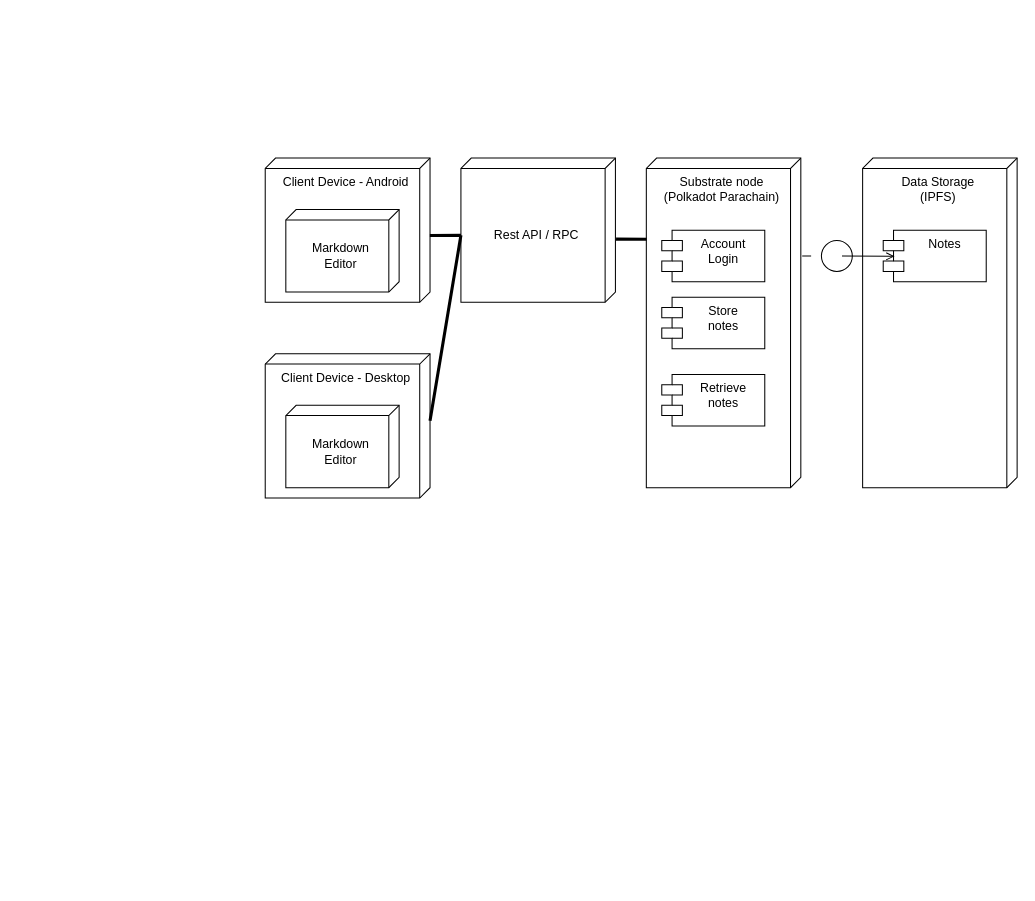
Earlier version of the draw.io diagram page "Deployment diagram" (11 of 25) of doc/dial_editor.drawio (zz0-0/dial_editor). Source tidied: cells renumbered, new cells numbered last; positions are measured from the earlier drawing's top-left corner, leaving out a move shared by most shapes. Both pictures are drawn from the tidied source at 103%, with x=0, y=0 at pixel (265, 158).
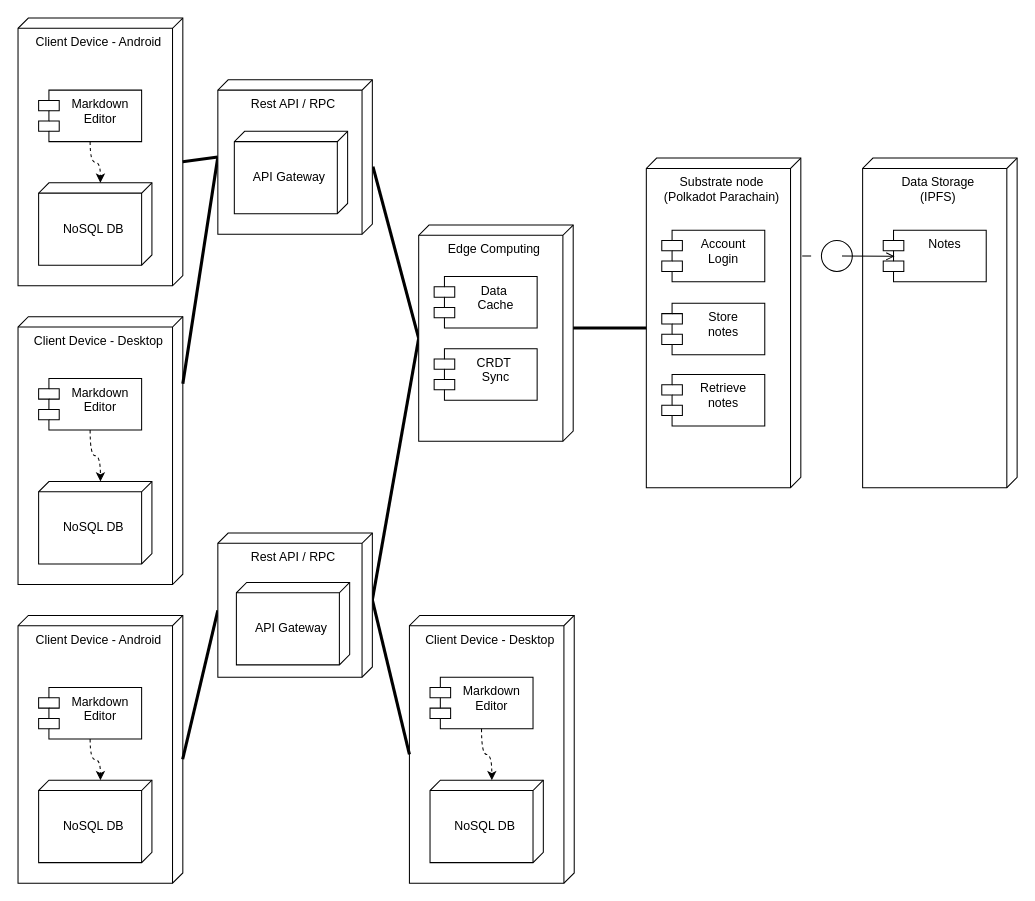
The same diagram, later.

Unchanged cells that the change refers to:
```xml
<mxCell id="9" value="Substrate node &lt;br&gt;(Polkadot Parachain)" style="verticalAlign=top;align=center;shape=cube;size=10;direction=south;fontStyle=0;html=1;boundedLbl=1;spacingLeft=5;" parent="1" vertex="1">
  <mxGeometry x="370" width="150" height="320" as="geometry" />
</mxCell>
```

What changed in the source:
```diff
@@
     <mxCell id="2" value="Client Device - Android" style="verticalAlign=top;align=center;shape=cube;size=10;direction=south;fontStyle=0;html=1;boundedLbl=1;spacingLeft=5;" parent="1" vertex="1">
-      <mxGeometry width="160" height="140" as="geometry" />
+      <mxGeometry x="-240" y="-136" width="160" height="260" as="geometry" />
     </mxCell>
-    <mxCell id="3" value="Markdown &lt;br&gt;Editor" style="verticalAlign=middle;align=center;shape=cube;size=10;direction=south;html=1;boundedLbl=1;spacingLeft=5;" parent="2" vertex="1">
+    <mxCell id="3" value="NoSQL DB" style="verticalAlign=middle;align=center;shape=cube;size=10;direction=south;html=1;boundedLbl=1;spacingLeft=5;" parent="2" vertex="1">
       <mxGeometry width="110" height="80" relative="1" as="geometry">
-        <mxPoint x="20" y="50" as="offset" />
+        <mxPoint x="20" y="160" as="offset" />
       </mxGeometry>
     </mxCell>
-    <mxCell id="4" value="Rest API / RPC" style="verticalAlign=middle;align=center;shape=cube;size=10;direction=south;fontStyle=0;html=1;boundedLbl=1;spacingLeft=5;" parent="1" vertex="1">
-      <mxGeometry x="190" width="150" height="140" as="geometry" />
-    </mxCell>
+    <mxCell id="19" value="&lt;span style=&quot;text-wrap: nowrap;&quot;&gt;Markdown&lt;/span&gt;&lt;br style=&quot;text-wrap: nowrap;&quot;&gt;&lt;span style=&quot;text-wrap: nowrap;&quot;&gt;Editor&lt;/span&gt;" style="shape=module;align=left;spacingLeft=20;align=center;verticalAlign=top;whiteSpace=wrap;html=1;" parent="2" vertex="1">
+      <mxGeometry x="20" y="70" width="100" height="50" as="geometry" />
+    </mxCell>
+    <mxCell id="20" style="edgeStyle=orthogonalEdgeStyle;rounded=0;jettySize=auto;html=1;exitX=0.5;exitY=1;exitDx=0;exitDy=0;entryX=0;entryY=0;entryDx=0;entryDy=50;entryPerimeter=0;curved=1;dashed=1;" parent="2" edge="1" source="19" target="3">
+      <mxGeometry relative="1" as="geometry" />
+    </mxCell>
@@
     <mxCell id="6" value="Client Device - Desktop" style="verticalAlign=top;align=center;shape=cube;size=10;direction=south;fontStyle=0;html=1;boundedLbl=1;spacingLeft=5;" parent="1" vertex="1">
-      <mxGeometry y="190" width="160" height="140" as="geometry" />
+      <mxGeometry x="-240" y="154" width="160" height="260" as="geometry" />
     </mxCell>
-    <mxCell id="7" value="Markdown &lt;br&gt;Editor" style="verticalAlign=middle;align=center;shape=cube;size=10;direction=south;html=1;boundedLbl=1;spacingLeft=5;" parent="6" vertex="1">
+    <mxCell id="7" value="NoSQL DB" style="verticalAlign=middle;align=center;shape=cube;size=10;direction=south;html=1;boundedLbl=1;spacingLeft=5;" parent="6" vertex="1">
       <mxGeometry width="110" height="80" relative="1" as="geometry">
-        <mxPoint x="20" y="50" as="offset" />
+        <mxPoint x="20" y="160" as="offset" />
       </mxGeometry>
     </mxCell>
+    <mxCell id="21" value="&lt;span style=&quot;text-wrap: nowrap;&quot;&gt;Markdown&lt;/span&gt;&lt;br style=&quot;text-wrap: nowrap;&quot;&gt;&lt;span style=&quot;text-wrap: nowrap;&quot;&gt;Editor&lt;/span&gt;" style="shape=module;align=left;spacingLeft=20;align=center;verticalAlign=top;whiteSpace=wrap;html=1;" parent="6" vertex="1">
+      <mxGeometry x="20" y="60" width="100" height="50" as="geometry" />
+    </mxCell>
+    <mxCell id="22" style="edgeStyle=orthogonalEdgeStyle;rounded=0;jettySize=auto;html=1;exitX=0.5;exitY=1;exitDx=0;exitDy=0;entryX=0;entryY=0;entryDx=0;entryDy=50;entryPerimeter=0;curved=1;dashed=1;" parent="6" edge="1" source="21" target="7">
+      <mxGeometry relative="1" as="geometry" />
+    </mxCell>
@@
-    <mxCell id="10" style="endArrow=none;startArrow=none;endFill=0;startFill=0;endSize=8;html=1;verticalAlign=bottom;labelBackgroundColor=none;strokeWidth=3;exitX=0.562;exitY=-0.004;exitDx=0;exitDy=0;exitPerimeter=0;entryX=0.246;entryY=0.998;entryDx=0;entryDy=0;entryPerimeter=0;" parent="1" edge="1" source="4" target="9">
+    <mxCell id="10" style="endArrow=none;startArrow=none;endFill=0;startFill=0;endSize=8;html=1;verticalAlign=bottom;labelBackgroundColor=none;strokeWidth=3;exitX=0.562;exitY=-0.004;exitDx=0;exitDy=0;exitPerimeter=0;entryX=0;entryY=0;entryDx=110;entryDy=150;entryPerimeter=0;" parent="1" edge="1" source="4" target="37">
       <mxGeometry relative="1" as="geometry" />
     </mxCell>
@@
     <mxCell id="13" value="Store &#10;notes" style="shape=module;align=left;spacingLeft=20;align=center;verticalAlign=top;" parent="1" vertex="1">
-      <mxGeometry x="385" y="135" width="100" height="50" as="geometry" />
+      <mxGeometry x="385" y="141" width="100" height="50" as="geometry" />
     </mxCell>
@@
+    <mxCell id="23" value="Client Device - Android" style="verticalAlign=top;align=center;shape=cube;size=10;direction=south;fontStyle=0;html=1;boundedLbl=1;spacingLeft=5;" parent="1" vertex="1">
+      <mxGeometry x="-240" y="444" width="160" height="260" as="geometry" />
+    </mxCell>
+    <mxCell id="24" value="NoSQL DB" style="verticalAlign=middle;align=center;shape=cube;size=10;direction=south;html=1;boundedLbl=1;spacingLeft=5;" parent="23" vertex="1">
+      <mxGeometry width="110" height="80" relative="1" as="geometry">
+        <mxPoint x="20" y="160" as="offset" />
+      </mxGeometry>
+    </mxCell>
+    <mxCell id="25" value="&lt;span style=&quot;text-wrap: nowrap;&quot;&gt;Markdown&lt;/span&gt;&lt;br style=&quot;text-wrap: nowrap;&quot;&gt;&lt;span style=&quot;text-wrap: nowrap;&quot;&gt;Editor&lt;/span&gt;" style="shape=module;align=left;spacingLeft=20;align=center;verticalAlign=top;whiteSpace=wrap;html=1;" parent="23" vertex="1">
+      <mxGeometry x="20" y="70" width="100" height="50" as="geometry" />
+    </mxCell>
+    <mxCell id="26" style="edgeStyle=orthogonalEdgeStyle;rounded=0;jettySize=auto;html=1;exitX=0.5;exitY=1;exitDx=0;exitDy=0;entryX=0;entryY=0;entryDx=0;entryDy=50;entryPerimeter=0;curved=1;dashed=1;" parent="23" edge="1" source="25" target="24">
+      <mxGeometry relative="1" as="geometry" />
+    </mxCell>
+    <mxCell id="27" style="endArrow=none;startArrow=none;endFill=0;startFill=0;endSize=8;html=1;verticalAlign=bottom;labelBackgroundColor=none;strokeWidth=3;exitX=0.537;exitY=0.001;exitDx=0;exitDy=0;exitPerimeter=0;entryX=0;entryY=0;entryDx=75;entryDy=150;entryPerimeter=0;" parent="1" edge="1" source="23" target="42">
+      <mxGeometry relative="1" as="geometry" />
+    </mxCell>
+    <mxCell id="28" value="Client Device - Desktop" style="verticalAlign=top;align=center;shape=cube;size=10;direction=south;fontStyle=0;html=1;boundedLbl=1;spacingLeft=5;" parent="1" vertex="1">
+      <mxGeometry x="140" y="444" width="160" height="260" as="geometry" />
+    </mxCell>
+    <mxCell id="29" value="NoSQL DB" style="verticalAlign=middle;align=center;shape=cube;size=10;direction=south;html=1;boundedLbl=1;spacingLeft=5;" parent="28" vertex="1">
+      <mxGeometry width="110" height="80" relative="1" as="geometry">
+        <mxPoint x="20" y="160" as="offset" />
+      </mxGeometry>
+    </mxCell>
+    <mxCell id="30" value="&lt;span style=&quot;text-wrap: nowrap;&quot;&gt;Markdown&lt;/span&gt;&lt;br style=&quot;text-wrap: nowrap;&quot;&gt;&lt;span style=&quot;text-wrap: nowrap;&quot;&gt;Editor&lt;/span&gt;" style="shape=module;align=left;spacingLeft=20;align=center;verticalAlign=top;whiteSpace=wrap;html=1;" parent="28" vertex="1">
+      <mxGeometry x="20" y="60" width="100" height="50" as="geometry" />
+    </mxCell>
+    <mxCell id="31" style="edgeStyle=orthogonalEdgeStyle;rounded=0;jettySize=auto;html=1;exitX=0.5;exitY=1;exitDx=0;exitDy=0;entryX=0;entryY=0;entryDx=0;entryDy=50;entryPerimeter=0;curved=1;dashed=1;" parent="28" edge="1" source="30" target="29">
+      <mxGeometry relative="1" as="geometry" />
+    </mxCell>
+    <mxCell id="32" style="endArrow=none;startArrow=none;endFill=0;startFill=0;endSize=8;html=1;verticalAlign=bottom;labelBackgroundColor=none;strokeWidth=3;exitX=0;exitY=0;exitDx=135;exitDy=160;exitPerimeter=0;entryX=0;entryY=0;entryDx=65;entryDy=0;entryPerimeter=0;" parent="1" edge="1" source="28" target="42">
+      <mxGeometry relative="1" as="geometry" />
+    </mxCell>
+    <mxCell id="33" style="endArrow=none;startArrow=none;endFill=0;startFill=0;endSize=8;html=1;verticalAlign=bottom;labelBackgroundColor=none;strokeWidth=3;exitX=0;exitY=0;exitDx=65;exitDy=0;exitPerimeter=0;entryX=0;entryY=0;entryDx=110;entryDy=150;entryPerimeter=0;" parent="1" edge="1" source="42" target="37">
+      <mxGeometry relative="1" as="geometry" />
+    </mxCell>
+    <mxCell id="34" style="group;" parent="1" vertex="1">
+      <mxGeometry x="-46" y="-76" width="150" height="150" as="geometry" />
+    </mxCell>
+    <mxCell id="4" value="Rest API / RPC" style="verticalAlign=top;align=center;shape=cube;size=10;direction=south;fontStyle=0;html=1;boundedLbl=1;spacingLeft=5;horizontal=1;" parent="34" vertex="1">
+      <mxGeometry width="150" height="150" as="geometry" />
+    </mxCell>
+    <mxCell id="35" value="API Gateway" style="verticalAlign=middle;align=center;shape=cube;size=10;direction=south;html=1;boundedLbl=1;spacingLeft=5;" parent="34" vertex="1">
+      <mxGeometry x="16" y="50" width="110" height="80" as="geometry" />
+    </mxCell>
+    <mxCell id="36" style="group;" parent="1" vertex="1">
+      <mxGeometry x="149" y="65" width="150" height="210" as="geometry" />
+    </mxCell>
+    <mxCell id="37" value="Edge Computing" style="verticalAlign=top;align=center;shape=cube;size=10;direction=south;fontStyle=0;html=1;boundedLbl=1;spacingLeft=5;" parent="36" vertex="1">
+      <mxGeometry width="150" height="210" as="geometry" />
+    </mxCell>
+    <mxCell id="38" value="Data &#10;Cache" style="shape=module;align=left;spacingLeft=20;align=center;verticalAlign=top;" parent="36" vertex="1">
+      <mxGeometry x="15" y="50" width="100" height="50" as="geometry" />
+    </mxCell>
+    <mxCell id="39" value="CRDT &#10;Sync&#10;" style="shape=module;align=left;spacingLeft=20;align=center;verticalAlign=top;" parent="36" vertex="1">
+      <mxGeometry x="15" y="120" width="100" height="50" as="geometry" />
+    </mxCell>
+    <mxCell id="40" style="endArrow=none;startArrow=none;endFill=0;startFill=0;endSize=8;html=1;verticalAlign=bottom;labelBackgroundColor=none;strokeWidth=3;exitX=0;exitY=0;exitDx=100;exitDy=0;exitPerimeter=0;entryX=0;entryY=0;entryDx=165;entryDy=150;entryPerimeter=0;" parent="1" edge="1" source="37" target="9">
+      <mxGeometry relative="1" as="geometry" />
+    </mxCell>
+    <mxCell id="41" style="group;" parent="1" vertex="1">
+      <mxGeometry x="-46" y="364" width="150" height="140" as="geometry" />
+    </mxCell>
+    <mxCell id="42" value="Rest API / RPC" style="verticalAlign=top;align=center;shape=cube;size=10;direction=south;fontStyle=0;html=1;boundedLbl=1;spacingLeft=5;" parent="41" vertex="1">
+      <mxGeometry width="150" height="140" as="geometry" />
+    </mxCell>
+    <mxCell id="43" value="API Gateway" style="verticalAlign=middle;align=center;shape=cube;size=10;direction=south;html=1;boundedLbl=1;spacingLeft=5;" parent="41" vertex="1">
+      <mxGeometry x="18" y="48" width="110" height="80" as="geometry" />
+    </mxCell>
```
